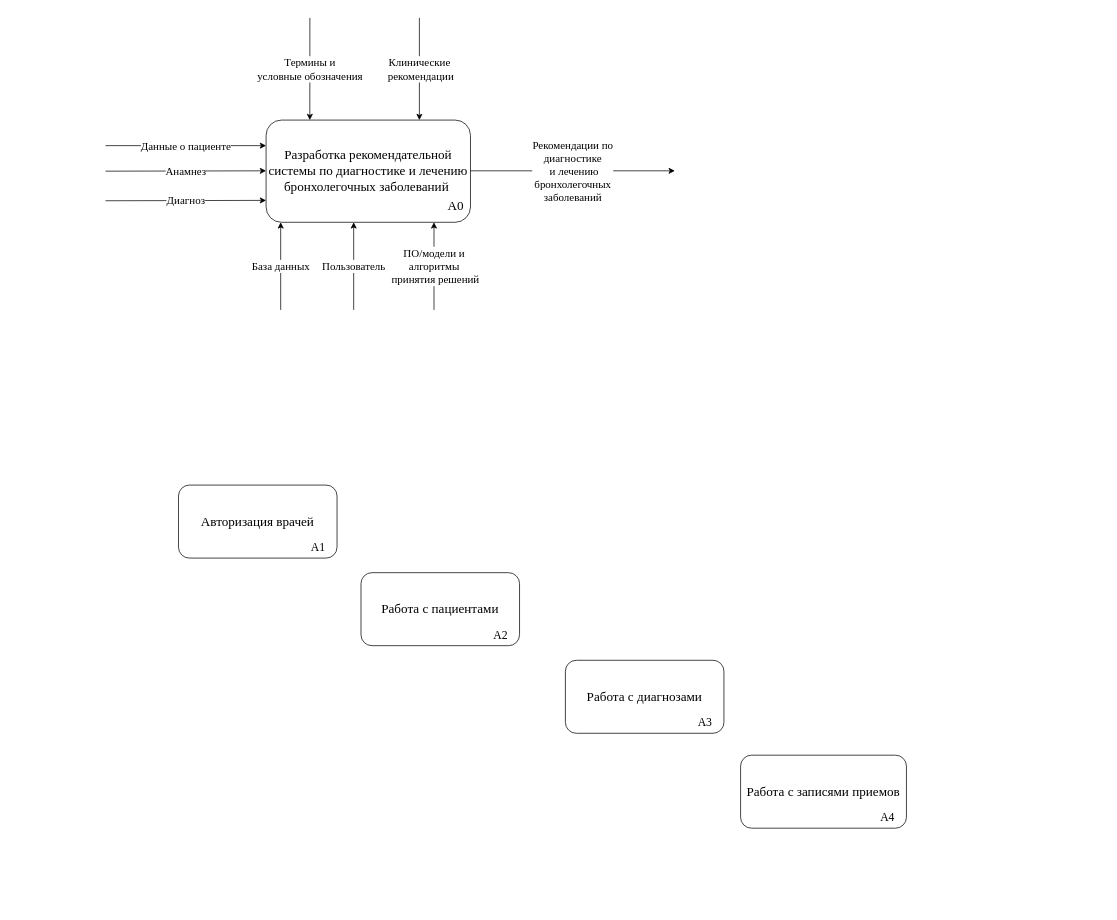
Earlier version of the draw.io diagram Формальная постановка задачи.drawio (SvetlanaCH01/-). Source tidied: cells renumbered, new cells numbered last; positions are measured from the earlier drawing's top-left corner, leaving out a move shared by most shapes. Both pictures are drawn from the tidied source at 73%, with x=0, y=0 at pixel (105, 18).
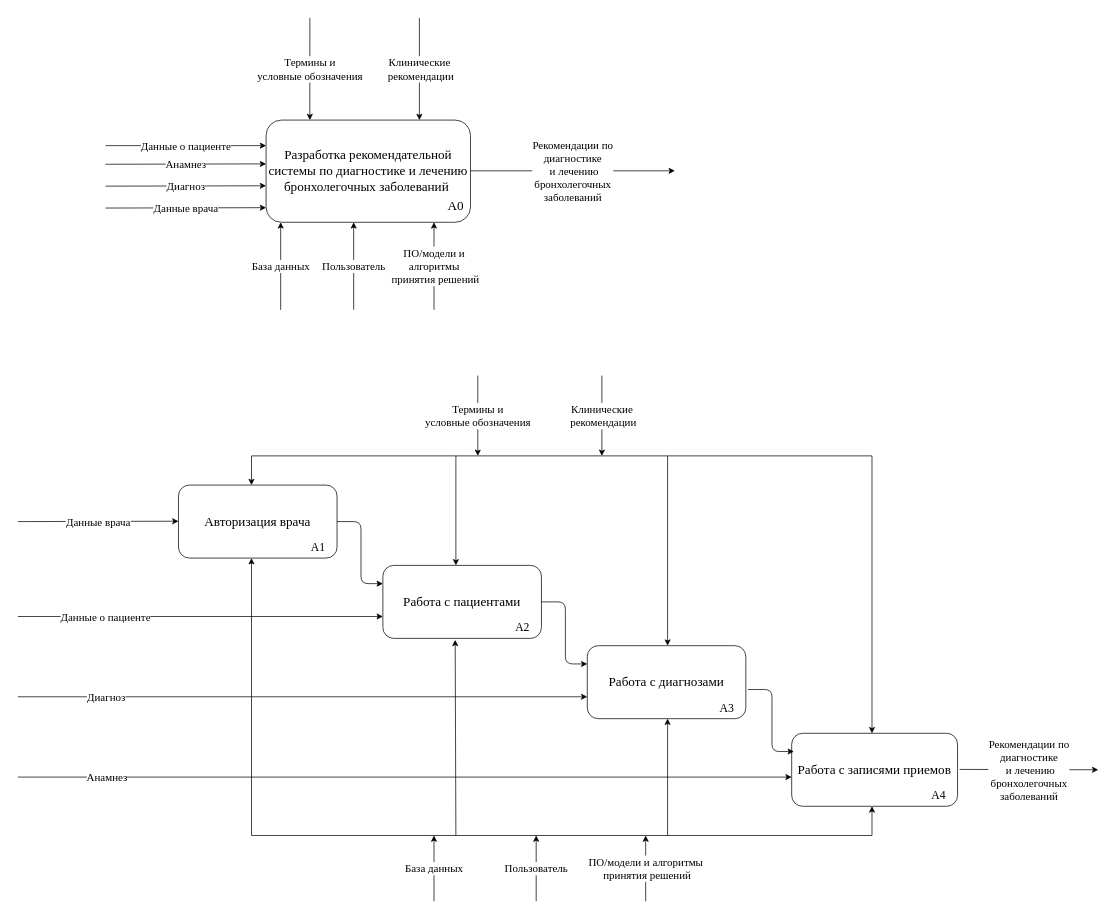
The same page after the edit.

The change refers to these unchanged cells:
```xml
<mxCell id="20" style="group;" parent="1" vertex="1">
  <mxGeometry x="100" y="640" width="230" height="100" as="geometry" />
</mxCell>
<mxCell id="24" value="&lt;font face=&quot;Times New Roman&quot; style=&quot;font-size: 18px;&quot;&gt;Работа с пациентами&lt;/font&gt;" style="rounded=1;whiteSpace=wrap;html=1;" parent="23" vertex="1">
  <mxGeometry width="217.2" height="100" as="geometry" />
</mxCell>
```

Diff of the diagram source:
```diff
@@
     <mxCell id="7" value="Анамнез" style="endArrow=classic;html=1;rounded=0;entryX=0;entryY=0.25;entryDx=0;entryDy=0;fontFamily=Times New Roman;fontSize=15;" parent="1" edge="1">
       <mxGeometry relative="1" as="geometry">
-        <mxPoint y="210" as="sourcePoint" />
-        <mxPoint x="220" y="209.5" as="targetPoint" />
+        <mxPoint y="200.5" as="sourcePoint" />
+        <mxPoint x="220" y="200" as="targetPoint" />
       </mxGeometry>
     </mxCell>
@@
     <mxCell id="12" value="Диагноз" style="endArrow=classic;html=1;rounded=0;entryX=0;entryY=0.25;entryDx=0;entryDy=0;fontFamily=Times New Roman;fontSize=15;" parent="1" edge="1">
       <mxGeometry relative="1" as="geometry">
-        <mxPoint y="250.5" as="sourcePoint" />
-        <mxPoint x="220" y="250" as="targetPoint" />
+        <mxPoint y="230.5" as="sourcePoint" />
+        <mxPoint x="220" y="230" as="targetPoint" />
       </mxGeometry>
     </mxCell>
@@
     <mxCell id="14" style="group;" parent="1" vertex="1">
-      <mxGeometry x="880" y="1010" width="230" height="100" as="geometry" />
+      <mxGeometry x="950" y="980" width="230" height="100" as="geometry" />
     </mxCell>
@@
     <mxCell id="17" style="group;" parent="1" vertex="1">
-      <mxGeometry x="630" y="880" width="230" height="100" as="geometry" />
+      <mxGeometry x="660" y="860" width="230" height="100" as="geometry" />
     </mxCell>
@@
-    <mxCell id="21" value="&lt;font face=&quot;Times New Roman&quot; style=&quot;font-size: 18px;&quot;&gt;Авторизация врачей&lt;/font&gt;" style="rounded=1;whiteSpace=wrap;html=1;" parent="20" vertex="1">
+    <mxCell id="21" value="&lt;font face=&quot;Times New Roman&quot; style=&quot;font-size: 18px;&quot;&gt;Авторизация врача&lt;/font&gt;" style="rounded=1;whiteSpace=wrap;html=1;" parent="20" vertex="1">
       <mxGeometry width="217.2" height="100" as="geometry" />
     </mxCell>
@@
     <mxCell id="23" style="group;" parent="1" vertex="1">
-      <mxGeometry x="350" y="760" width="230" height="100" as="geometry" />
+      <mxGeometry x="380" y="750" width="230" height="100" as="geometry" />
     </mxCell>
@@
+    <mxCell id="26" value="Данные врача" style="endArrow=classic;html=1;rounded=0;entryX=0;entryY=0.25;entryDx=0;entryDy=0;fontFamily=Times New Roman;fontSize=15;" parent="1" edge="1">
+      <mxGeometry relative="1" as="geometry">
+        <mxPoint y="260.5" as="sourcePoint" />
+        <mxPoint x="220" y="260" as="targetPoint" />
+      </mxGeometry>
+    </mxCell>
+    <mxCell id="27" value="Данные врача" style="endArrow=classic;html=1;rounded=0;entryX=0;entryY=0.25;entryDx=0;entryDy=0;fontFamily=Times New Roman;fontSize=15;" parent="1" edge="1">
+      <mxGeometry relative="1" as="geometry">
+        <mxPoint x="-120" y="690" as="sourcePoint" />
+        <mxPoint x="100" y="689.5" as="targetPoint" />
+      </mxGeometry>
+    </mxCell>
+    <mxCell id="28" style="endArrow=classic;html=1;rounded=1;exitX=1;exitY=0.5;exitDx=0;exitDy=0;entryX=0;entryY=0.25;entryDx=0;entryDy=0;" parent="1" edge="1" source="21" target="24">
+      <mxGeometry relative="1" as="geometry">
+        <Array as="points">
+          <mxPoint x="350" y="690" />
+          <mxPoint x="350" y="775" />
+        </Array>
+      </mxGeometry>
+    </mxCell>
+    <mxCell id="29" value="Рекомендации по &lt;br&gt;диагностике&lt;br style=&quot;font-size: 15px;&quot;&gt;&amp;nbsp;и лечению &lt;br style=&quot;font-size: 15px;&quot;&gt;бронхолегочных &lt;br&gt;заболеваний" style="endArrow=classic;html=1;rounded=0;fontSize=15;fontFamily=Times New Roman;" parent="1" edge="1">
+      <mxGeometry relative="1" as="geometry">
+        <mxPoint x="1170" y="1029.5" as="sourcePoint" />
+        <mxPoint x="1360" y="1030" as="targetPoint" />
+      </mxGeometry>
+    </mxCell>
+    <mxCell id="30" value="Данные о пациенте" style="endArrow=classic;html=1;rounded=0;entryX=0;entryY=0.25;entryDx=0;entryDy=0;fontFamily=Times New Roman;fontSize=15;" parent="1" edge="1">
+      <mxGeometry x="-0.52" relative="1" as="geometry">
+        <mxPoint x="-120" y="820" as="sourcePoint" />
+        <mxPoint x="380" y="820" as="targetPoint" />
+        <Array as="points">
+          <mxPoint x="380" y="820" />
+        </Array>
+      </mxGeometry>
+    </mxCell>
+    <mxCell id="31" style="endArrow=classic;html=1;rounded=1;exitX=1;exitY=0.5;exitDx=0;exitDy=0;entryX=0;entryY=0.25;entryDx=0;entryDy=0;" parent="1" edge="1">
+      <mxGeometry relative="1" as="geometry">
+        <mxPoint x="597" y="800" as="sourcePoint" />
+        <mxPoint x="660" y="885" as="targetPoint" />
+        <Array as="points">
+          <mxPoint x="630" y="800" />
+          <mxPoint x="630" y="885" />
+        </Array>
+      </mxGeometry>
+    </mxCell>
+    <mxCell id="32" style="endArrow=classic;html=1;rounded=1;exitX=1;exitY=0.5;exitDx=0;exitDy=0;entryX=0;entryY=0.25;entryDx=0;entryDy=0;" parent="1" edge="1">
+      <mxGeometry relative="1" as="geometry">
+        <mxPoint x="880" y="920" as="sourcePoint" />
+        <mxPoint x="943" y="1005" as="targetPoint" />
+        <Array as="points">
+          <mxPoint x="913" y="920" />
+          <mxPoint x="913" y="1005" />
+        </Array>
+      </mxGeometry>
+    </mxCell>
+    <mxCell id="33" value="Диагноз" style="endArrow=classic;html=1;rounded=0;fontFamily=Times New Roman;fontSize=15;" parent="1" edge="1">
+      <mxGeometry x="-0.69" relative="1" as="geometry">
+        <mxPoint x="-120" y="930" as="sourcePoint" />
+        <mxPoint x="660" y="930" as="targetPoint" />
+      </mxGeometry>
+    </mxCell>
+    <mxCell id="34" value="Анамнез" style="endArrow=classic;html=1;rounded=0;fontFamily=Times New Roman;fontSize=15;" parent="1" edge="1">
+      <mxGeometry x="-0.77" relative="1" as="geometry">
+        <mxPoint x="-120" y="1040" as="sourcePoint" />
+        <mxPoint x="940" y="1040" as="targetPoint" />
+      </mxGeometry>
+    </mxCell>
+    <mxCell id="35" style="endArrow=none;html=1;rounded=0;" parent="1" edge="1">
+      <mxGeometry relative="1" as="geometry">
+        <mxPoint x="200" y="600" as="sourcePoint" />
+        <mxPoint x="1050" y="600" as="targetPoint" />
+      </mxGeometry>
+    </mxCell>
+    <mxCell id="36" style="endArrow=classic;html=1;rounded=0;" parent="1" edge="1">
+      <mxGeometry relative="1" as="geometry">
+        <mxPoint x="200" y="600" as="sourcePoint" />
+        <mxPoint x="200" y="640" as="targetPoint" />
+      </mxGeometry>
+    </mxCell>
+    <mxCell id="37" style="endArrow=classic;html=1;rounded=0;" parent="1" edge="1">
+      <mxGeometry relative="1" as="geometry">
+        <mxPoint x="480" y="600" as="sourcePoint" />
+        <mxPoint x="480" y="750" as="targetPoint" />
+      </mxGeometry>
+    </mxCell>
+    <mxCell id="38" style="endArrow=classic;html=1;rounded=0;" parent="1" edge="1">
+      <mxGeometry relative="1" as="geometry">
+        <mxPoint x="770" y="600" as="sourcePoint" />
+        <mxPoint x="770" y="860" as="targetPoint" />
+      </mxGeometry>
+    </mxCell>
+    <mxCell id="39" style="endArrow=classic;html=1;rounded=0;" parent="1" edge="1">
+      <mxGeometry relative="1" as="geometry">
+        <mxPoint x="1050" y="600" as="sourcePoint" />
+        <mxPoint x="1050" y="980" as="targetPoint" />
+      </mxGeometry>
+    </mxCell>
+    <mxCell id="40" value="Термины и &lt;br style=&quot;font-size: 15px;&quot;&gt;условные обозначения" style="endArrow=classic;html=1;rounded=0;entryX=0.214;entryY=0;entryDx=0;entryDy=0;entryPerimeter=0;fontSize=15;fontFamily=Times New Roman;" parent="1" edge="1">
+      <mxGeometry relative="1" as="geometry">
+        <mxPoint x="510" y="490" as="sourcePoint" />
+        <mxPoint x="510" y="600" as="targetPoint" />
+      </mxGeometry>
+    </mxCell>
+    <mxCell id="41" value="Клинические&lt;br&gt;&amp;nbsp;рекомендации" style="endArrow=classic;html=1;rounded=0;entryX=0.75;entryY=0;entryDx=0;entryDy=0;fontSize=15;fontFamily=Times New Roman;" parent="1" edge="1">
+      <mxGeometry relative="1" as="geometry">
+        <mxPoint x="680" y="490" as="sourcePoint" />
+        <mxPoint x="680" y="600" as="targetPoint" />
+      </mxGeometry>
+    </mxCell>
+    <mxCell id="42" style="endArrow=none;html=1;rounded=0;" parent="1" edge="1">
+      <mxGeometry relative="1" as="geometry">
+        <mxPoint x="200" y="1120" as="sourcePoint" />
+        <mxPoint x="1050" y="1120" as="targetPoint" />
+      </mxGeometry>
+    </mxCell>
+    <mxCell id="43" style="endArrow=none;html=1;rounded=0;startArrow=classic;startFill=1;endFill=0;" parent="1" edge="1">
+      <mxGeometry relative="1" as="geometry">
+        <mxPoint x="200" y="740" as="sourcePoint" />
+        <mxPoint x="200" y="1120" as="targetPoint" />
+      </mxGeometry>
+    </mxCell>
+    <mxCell id="44" style="endArrow=none;html=1;rounded=0;endFill=0;startArrow=classic;startFill=1;" parent="1" edge="1">
+      <mxGeometry relative="1" as="geometry">
+        <mxPoint x="1050" y="1080" as="sourcePoint" />
+        <mxPoint x="1050" y="1120" as="targetPoint" />
+      </mxGeometry>
+    </mxCell>
+    <mxCell id="45" style="endArrow=none;html=1;rounded=0;endFill=0;startArrow=classic;startFill=1;" parent="1" edge="1">
+      <mxGeometry relative="1" as="geometry">
+        <mxPoint x="770" y="960" as="sourcePoint" />
+        <mxPoint x="770" y="1120" as="targetPoint" />
+      </mxGeometry>
+    </mxCell>
+    <mxCell id="46" style="endArrow=none;html=1;rounded=0;exitX=0.456;exitY=1.02;exitDx=0;exitDy=0;exitPerimeter=0;endFill=0;startArrow=classic;startFill=1;" parent="1" edge="1" source="24">
+      <mxGeometry relative="1" as="geometry">
+        <mxPoint x="480" y="1120" as="targetPoint" />
+      </mxGeometry>
+    </mxCell>
+    <mxCell id="47" value="База данных" style="endArrow=classic;html=1;rounded=0;fontSize=15;fontFamily=Times New Roman;" parent="1" edge="1">
+      <mxGeometry relative="1" as="geometry">
+        <mxPoint x="450" y="1210" as="sourcePoint" />
+        <mxPoint x="450" y="1120" as="targetPoint" />
+      </mxGeometry>
+    </mxCell>
+    <mxCell id="48" value="Пользователь" style="endArrow=classic;html=1;rounded=0;fontSize=15;fontFamily=Times New Roman;" parent="1" edge="1">
+      <mxGeometry relative="1" as="geometry">
+        <mxPoint x="590" y="1210" as="sourcePoint" />
+        <mxPoint x="590" y="1120" as="targetPoint" />
+      </mxGeometry>
+    </mxCell>
+    <mxCell id="49" value="ПО/модели и алгоритмы&lt;br style=&quot;font-size: 15px;&quot;&gt;&amp;nbsp;принятия решений" style="endArrow=classic;html=1;rounded=0;fontSize=15;fontFamily=Times New Roman;" parent="1" edge="1">
+      <mxGeometry relative="1" as="geometry">
+        <mxPoint x="740" y="1210" as="sourcePoint" />
+        <mxPoint x="740" y="1120" as="targetPoint" />
+      </mxGeometry>
+    </mxCell>
```
